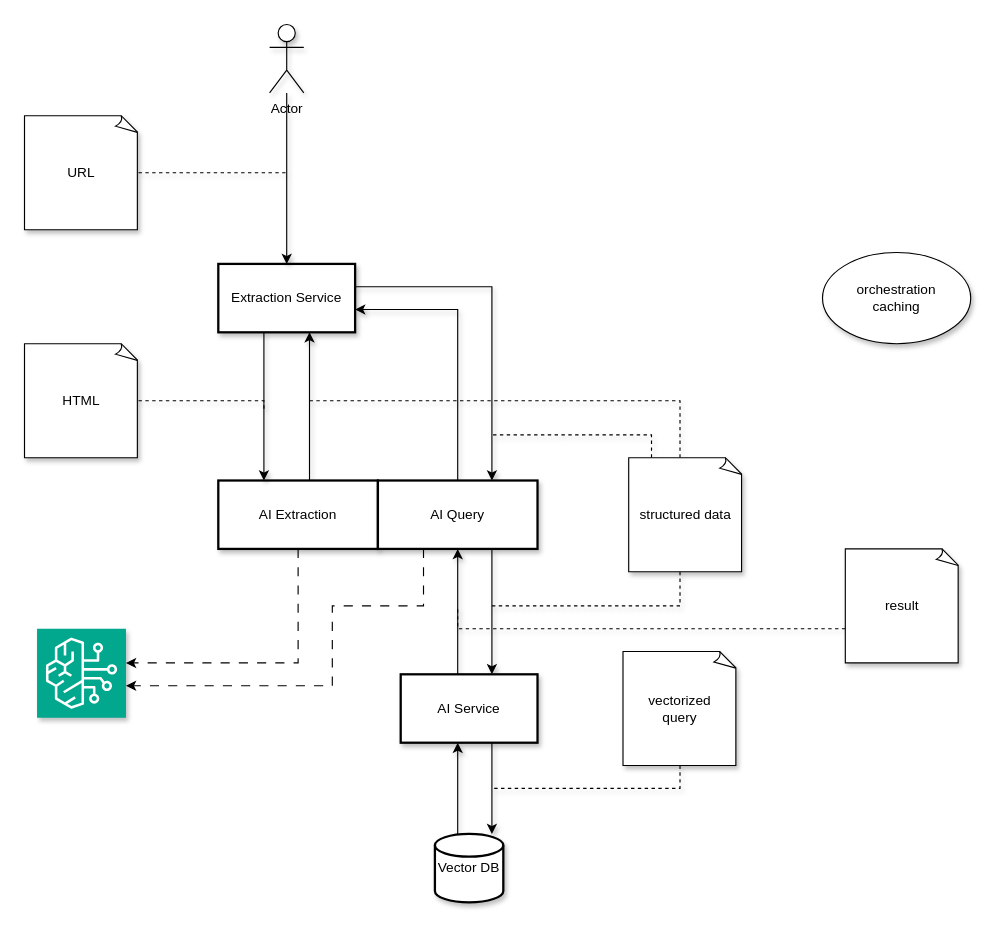
tgemvz/NoTrapImport keeps this draw.io diagram as architecture.drawio. Above is the earlier version. Source tidied: cells renumbered, new cells numbered last; positions are measured from the earlier drawing's top-left corner, leaving out a move shared by most shapes. Both pictures are drawn from the tidied source at 114%, with x=0, y=0 at pixel (24, 24).
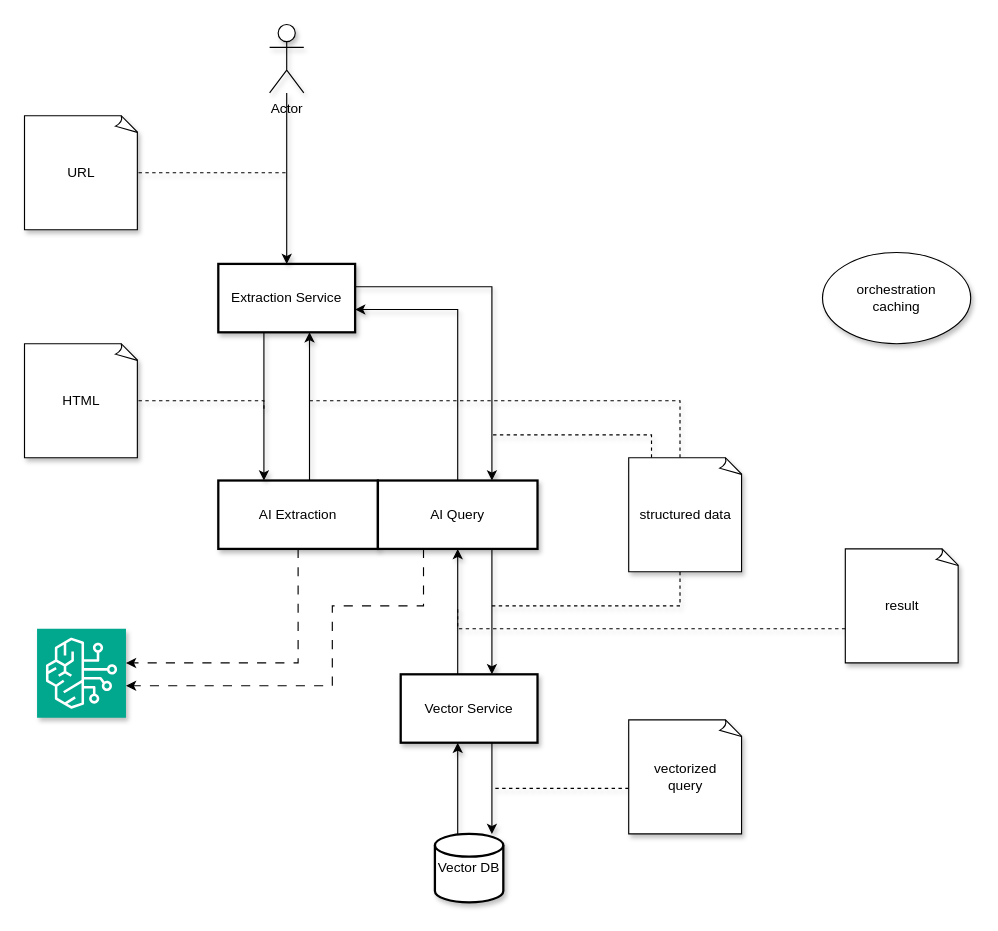
Above is the later version.

Commit message (it also covers changes not shown here):
sequence diagram

The edit, as a diff of the source:
```diff
@@
-    <mxCell id="7" value="AI Service" style="whiteSpace=wrap;html=1;shadow=1;strokeWidth=2;" parent="1" vertex="1">
+    <mxCell id="7" value="Vector Service" style="whiteSpace=wrap;html=1;shadow=1;strokeWidth=2;" parent="1" vertex="1">
       <mxGeometry x="330" y="570" width="120" height="60" as="geometry" />
     </mxCell>
@@
     <mxCell id="19" value="vectorized&lt;br&gt;query" style="whiteSpace=wrap;html=1;shape=mxgraph.basic.document;shadow=1;" parent="1" vertex="1">
-      <mxGeometry x="525" y="550" width="100" height="100" as="geometry" />
+      <mxGeometry x="530" y="610" width="100" height="100" as="geometry" />
     </mxCell>
```
